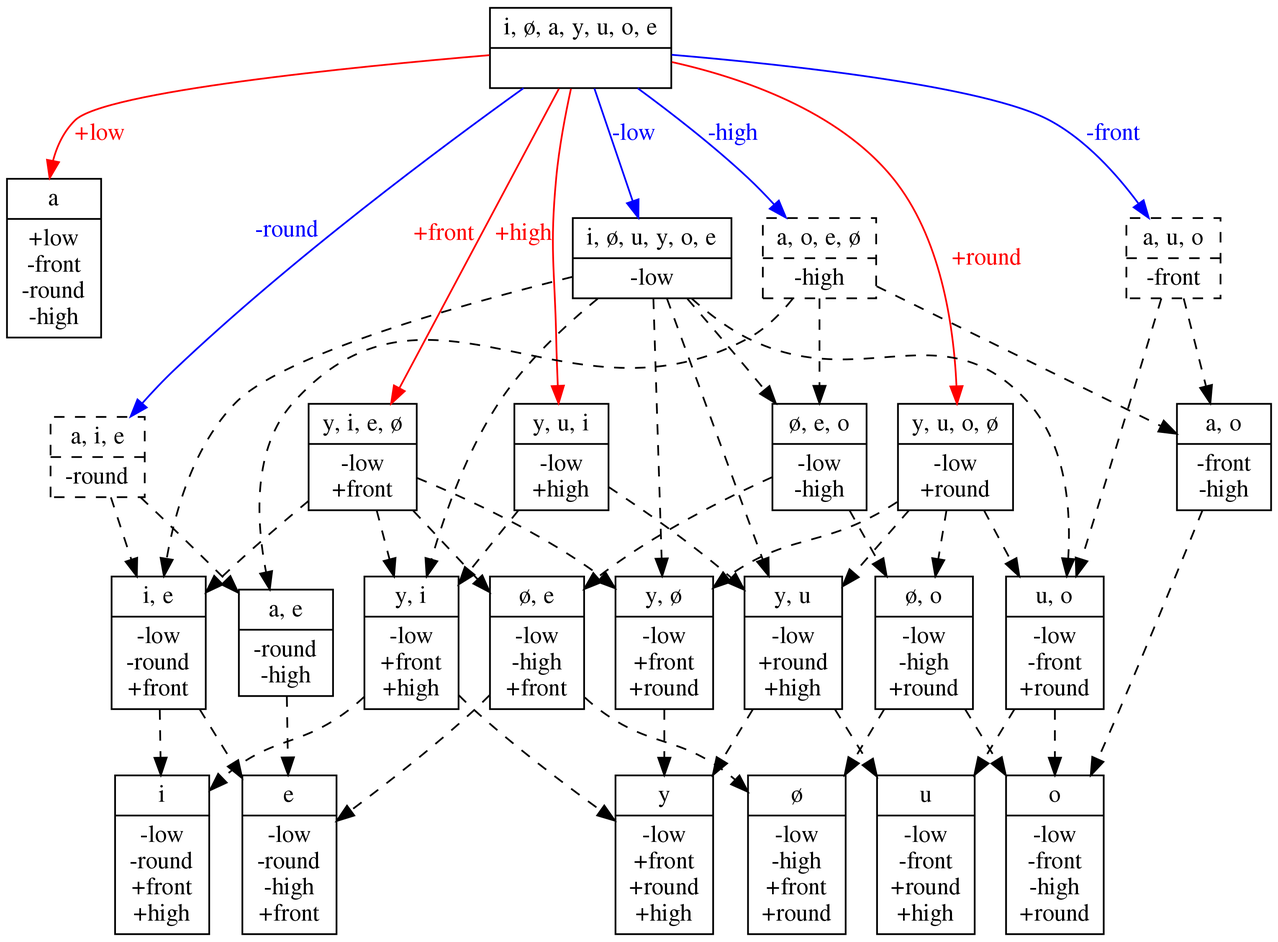
rdaland/Pheatures keeps this Graphviz diagram as squib/diagrams/vowel_inventory_full_FEATURAL.png. Above is the earlier version. Its source is kept beside it as squib/diagrams/vowel_inventory_full_FEATURAL.gv.
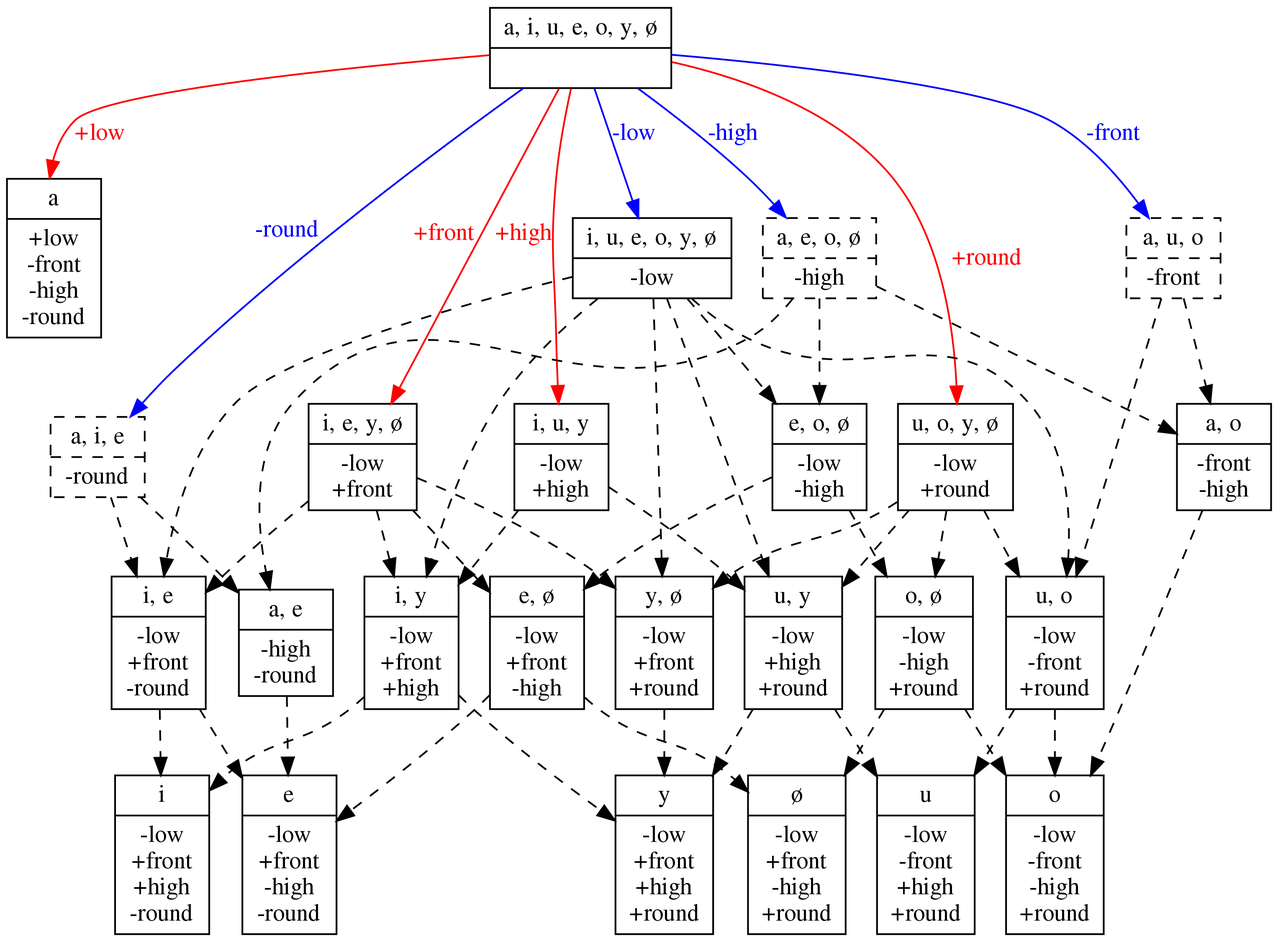
Later version of the same file.

Diff of the diagram source:
```diff
@@ -1,15 +1,15 @@
 digraph {
 	graph [ dpi = 300 ];
-	SIGMA [label="{<segs> i, ø, a, y, u, o, e |<feats>  }",shape=record]
+	SIGMA [label="{<segs> a, i, u, e, o, y, ø  |<feats>  }",shape=record]
 
-	LOW [label="{<segs> a |<feats> +low\n-front\n-round\n-high }",shape=record]
-	NONLOW[label="{<segs> i, ø, u, y, o, e |<feats> -low }",shape=record]
-	FRONT[label="{<segs> y, i, e, ø |<feats> -low\n+front }",shape=record]
-	ROUND[label="{<segs> y, u, o, ø |<feats> -low\n+round }",shape=record]
-	HIGH[label="{<segs> y, u, i |<feats> -low\n+high }",shape=record]
+	LOW [label="{<segs> a |<feats> +low\n-front\n-high\n-round }",shape=record]
+	NONLOW[label="{<segs> i, u, e, o, y, ø  |<feats> -low }",shape=record]
+	FRONT[label="{<segs> i, e, y, ø  |<feats> -low\n+front }",shape=record]
+	ROUND[label="{<segs> u, o, y, ø  |<feats> -low\n+round }",shape=record]
+	HIGH[label="{<segs> i, u, y |<feats> -low\n+high }",shape=record]
 	NONFRONT [label="{<segs> a, u, o |<feats> -front }",shape=record,style=dashed]
 	NONROUND [label="{<segs> a, i, e |<feats> -round }",shape=record,style=dashed]
-	NONHIGH [label="{<segs> a, o, e, ø |<feats> -high }",shape=record,style=dashed]
+	NONHIGH [label="{<segs> a, e, o, ø |<feats> -high }",shape=record,style=dashed]
 
 	SIGMA -> NONLOW [label="-low",fontcolor=blue,color=blue]
 	SIGMA -> LOW [label="+low",fontcolor=red,color=red]
@@ -21,13 +21,13 @@
 	SIGMA -> HIGH [xlabel="+high",fontcolor=red,color=red]
 
 	FRONTROUND [label="{<segs> y, ø |<feats> -low\n+front\n+round }",shape=record]
-	HIGHFRONT [label="{<segs> y, i |<feats> -low\n+front\n+high }",shape=record]
-	HIGHROUND [label="{<segs> y, u |<feats> -low\n+round\n+high }",shape=record]
+	HIGHFRONT [label="{<segs> i, y |<feats> -low\n+front\n+high }",shape=record]
+	HIGHROUND [label="{<segs> u, y |<feats> -low\n+high\n+round }",shape=record]
 	NONFRONTROUND [label="{<segs> u, o |<feats> -low\n-front\n+round }",shape=record]
-	FRONTNONROUND [label="{<segs> i, e |<feats> -low\n-round\n+front }",shape=record]
+	FRONTNONROUND [label="{<segs> i, e |<feats> -low\n+front\n-round }",shape=record]
 	NONFRONTNONHIGH [label="{<segs> a, o |<feats> -front\n-high }",shape=record]
-	NONROUNDNONHIGH [label="{<segs> a, e |<feats> -round\n-high }",shape=record]
-	MID [label="{<segs> ø, e, o |<feats> -low\n-high }",shape=record]
+	NONROUNDNONHIGH [label="{<segs> a, e |<feats> -high\n-round }",shape=record]
+	MID [label="{<segs> e, o, ø |<feats> -low\n-high }",shape=record]
 
 	{NONLOW FRONT ROUND} -> FRONTROUND [style=dashed]
 	{NONLOW HIGH FRONT} -> HIGHFRONT [style=dashed]
@@ -38,16 +38,16 @@
 	{NONROUND NONHIGH} -> NONROUNDNONHIGH [style=dashed]
 	{NONLOW NONHIGH} -> MID [style=dashed]
 
-	MIDFRONT [label="{<segs> ø, e |<feats> -low\n-high\n+front }",shape=record]
-	MIDROUND [label="{<segs> ø, o |<feats> -low\n-high\n+round }",shape=record]
+	MIDFRONT [label="{<segs> e, ø |<feats> -low\n+front\n-high }",shape=record]
+	MIDROUND [label="{<segs> o, ø |<feats> -low\n-high\n+round }",shape=record]
 	{MID FRONT} -> MIDFRONT [style=dashed]
 	{MID ROUND} -> MIDROUND [style=dashed]
 
-	II [label="{<segs> i |<feats> -low\n-round\n+front\n+high }",shape=record]
-	YY [label="{<segs> y |<feats> -low\n+front\n+round\n+high }",shape=record]
-	UU [label="{<segs> u |<feats> -low\n-front\n+round\n+high }",shape=record]
-	EH [label="{<segs> e |<feats> -low\n-round\n-high\n+front }",shape=record]
-	OE [label="{<segs> ø |<feats> -low\n-high\n+front\n+round }",shape=record]
+	II [label="{<segs> i |<feats> -low\n+front\n+high\n-round }",shape=record]
+	YY [label="{<segs> y |<feats> -low\n+front\n+high\n+round }",shape=record]
+	UU [label="{<segs> u |<feats> -low\n-front\n+high\n+round }",shape=record]
+	EH [label="{<segs> e |<feats> -low\n+front\n-high\n-round }",shape=record]
+	OE [label="{<segs> ø |<feats> -low\n+front\n-high\n+round }",shape=record]
 	OO [label="{<segs> o |<feats> -low\n-front\n-high\n+round }",shape=record]
 
 	{HIGHFRONT FRONTNONROUND} -> II [style=dashed]
```
